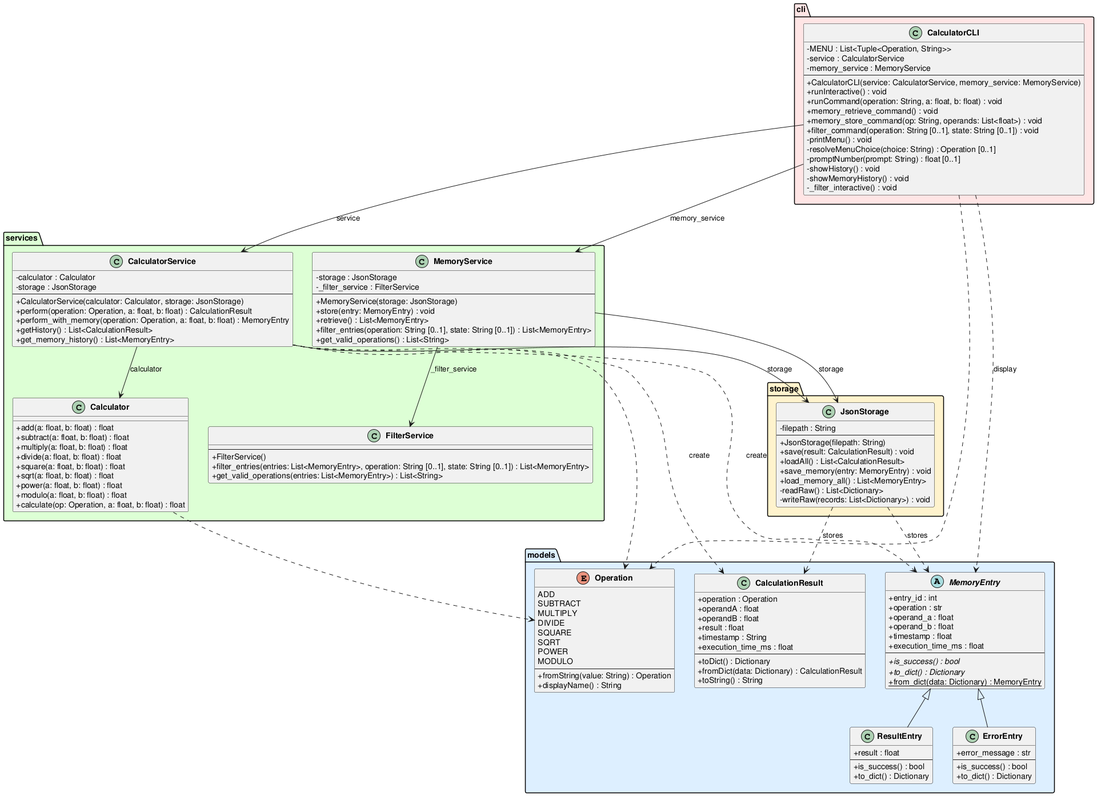
The PlantUML diagram experiments/broadcast/user_stories/calculator/artifacts/class_diagram.png in DanielRiha8906/Software_autoevolution_using_agents, before a commit.
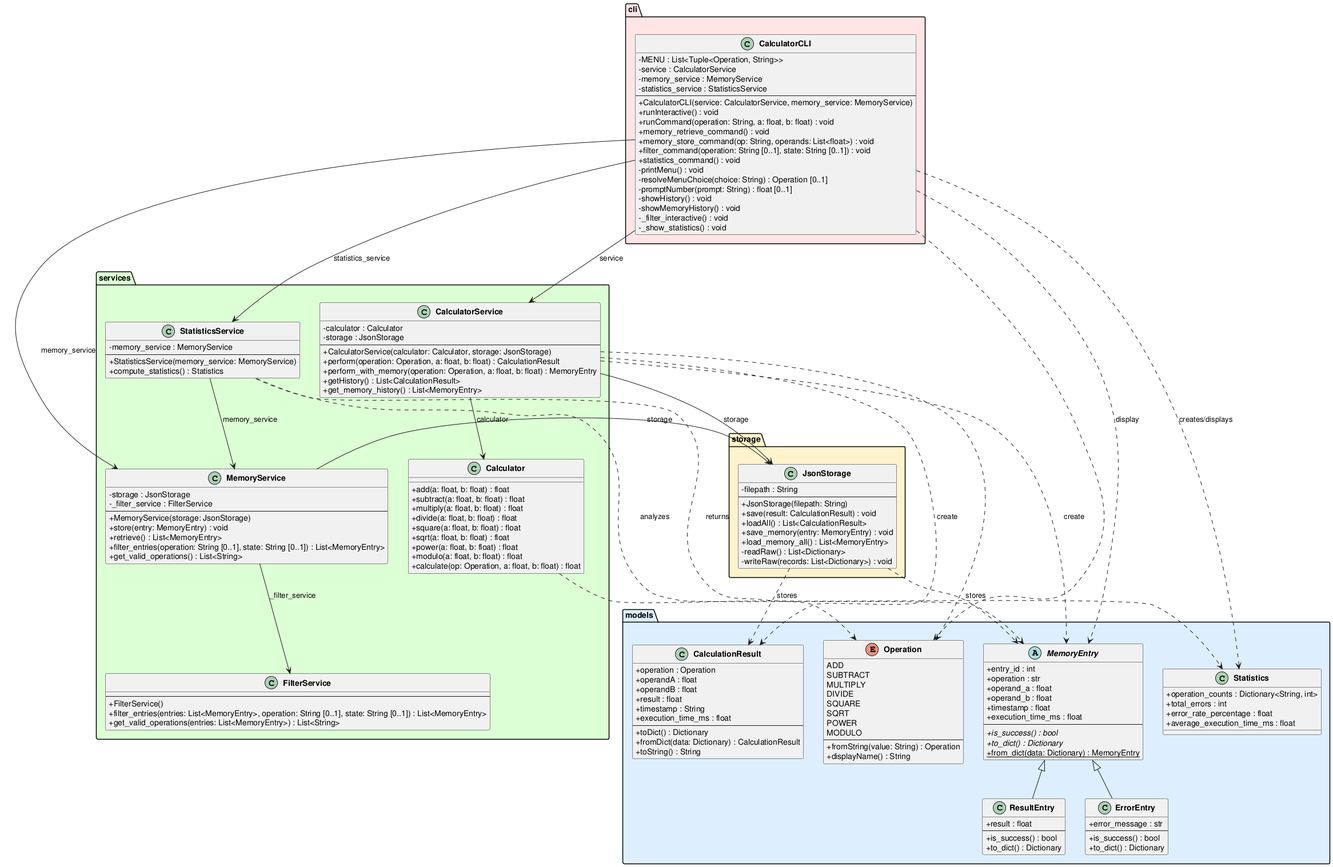
The same file after the commit.

The edit, as a diff of the source:
```diff
@@ -58,6 +58,13 @@
         +to_dict() : Dictionary
     }
 
+    class Statistics {
+        +operation_counts : Dictionary<String, int>
+        +total_errors : int
+        +error_rate_percentage : float
+        +average_execution_time_ms : float
+    }
+
     MemoryEntry <|-- ResultEntry
     MemoryEntry <|-- ErrorEntry
 }
@@ -103,6 +110,13 @@
         +filter_entries(operation: String [0..1], state: String [0..1]) : List<MemoryEntry>
         +get_valid_operations() : List<String>
     }
+
+    class StatisticsService {
+        -memory_service : MemoryService
+        --
+        +StatisticsService(memory_service: MemoryService)
+        +compute_statistics() : Statistics
+    }
 }
 
 package "storage" #FFF3CC {
@@ -124,6 +138,7 @@
         -MENU : List<Tuple<Operation, String>>
         -service : CalculatorService
         -memory_service : MemoryService
+        -statistics_service : StatisticsService
         --
         +CalculatorCLI(service: CalculatorService, memory_service: MemoryService)
         +runInteractive() : void
@@ -131,27 +146,34 @@
         +memory_retrieve_command() : void
         +memory_store_command(op: String, operands: List<float>) : void
         +filter_command(operation: String [0..1], state: String [0..1]) : void
+        +statistics_command() : void
         -printMenu() : void
         -resolveMenuChoice(choice: String) : Operation [0..1]
         -promptNumber(prompt: String) : float [0..1]
         -showHistory() : void
         -showMemoryHistory() : void
         -_filter_interactive() : void
+        -_show_statistics() : void
     }
 }
 
 CalculatorCLI --> CalculatorService : service
 CalculatorCLI --> MemoryService : memory_service
+CalculatorCLI --> StatisticsService : statistics_service
 CalculatorService --> Calculator : calculator
 CalculatorService --> JsonStorage : storage
 MemoryService --> JsonStorage : storage
 MemoryService --> FilterService : _filter_service
+StatisticsService --> MemoryService : memory_service
 
 CalculatorService ..> CalculationResult : create
 CalculatorService ..> MemoryEntry : create
 CalculatorService ..> Operation
 CalculatorCLI ..> Operation
 CalculatorCLI ..> MemoryEntry : display
+CalculatorCLI ..> Statistics : creates/displays
+StatisticsService ..> Statistics : returns
+StatisticsService ..> MemoryEntry : analyzes
 Calculator ..> Operation
 JsonStorage ..> CalculationResult : stores
 JsonStorage ..> MemoryEntry : stores
```
